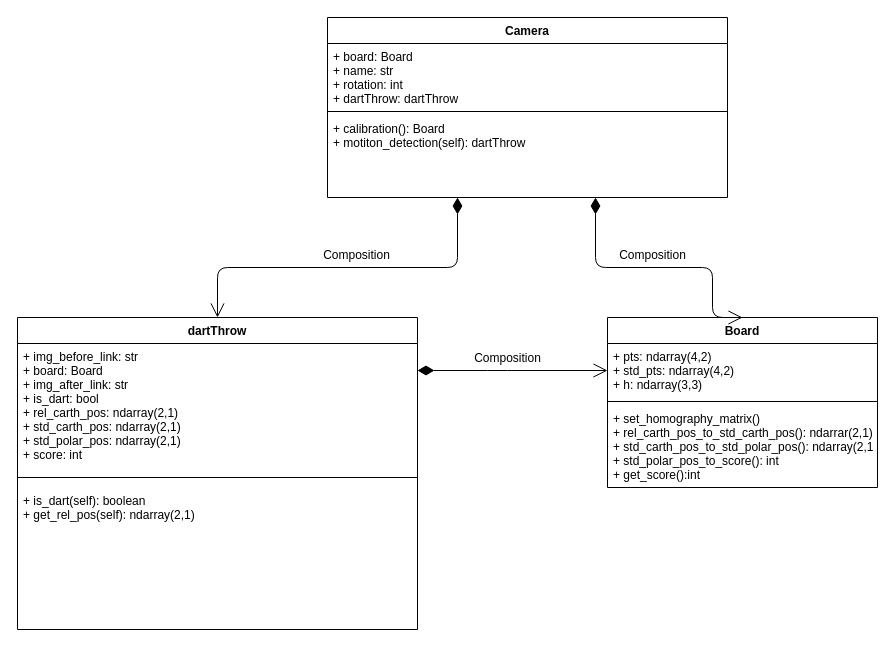
Earlier version of the draw.io diagram page "Class diagram UML" (2 of 2) of dart_project.drawio (j0j0i996/dart-vader-detection). Source tidied: cells renumbered, new cells numbered last; positions are measured from the earlier drawing's top-left corner, leaving out a move shared by most shapes. Both pictures are drawn from the tidied source at 100%, with x=0, y=0 at pixel (17, 17).
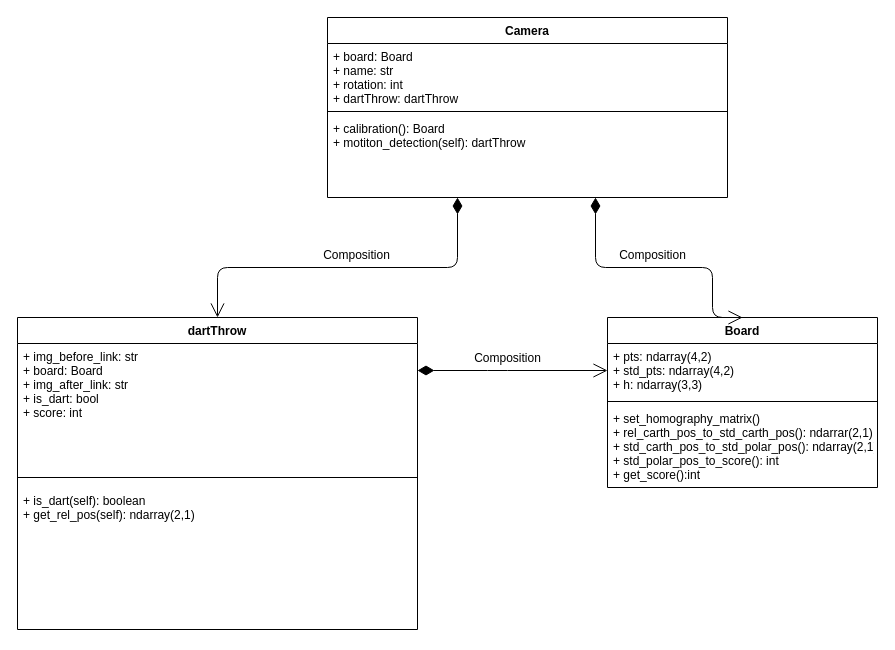
Above is the later version.

Commit message (it also covers changes not shown here):
Find relative dart position

The change refers to these unchanged cells:
```xml
<mxCell id="2" value="dartThrow" style="swimlane;fontStyle=1;align=center;verticalAlign=top;horizontal=1;startSize=26;" parent="1" vertex="1">
  <mxGeometry y="300" width="400" height="312" as="geometry" />
</mxCell>
```

Change to the diagram source:
```diff
@@
-    <mxCell id="3" value="+ img_before_link: str&#10;+ board: Board&#10;+ img_after_link: str&#10;+ is_dart: bool&#10;+ rel_carth_pos: ndarray(2,1)&#10;+ std_carth_pos: ndarray(2,1)&#10;+ std_polar_pos: ndarray(2,1)&#10;+ score: int" style="text;strokeColor=none;fillColor=none;align=left;verticalAlign=top;spacingLeft=4;spacingRight=4;overflow=hidden;" parent="2" vertex="1">
+    <mxCell id="3" value="+ img_before_link: str&#10;+ board: Board&#10;+ img_after_link: str&#10;+ is_dart: bool&#10;+ score: int" style="text;strokeColor=none;fillColor=none;align=left;verticalAlign=top;spacingLeft=4;spacingRight=4;overflow=hidden;" parent="2" vertex="1">
       <mxGeometry y="26" width="400" height="124" as="geometry" />
     </mxCell>
```
